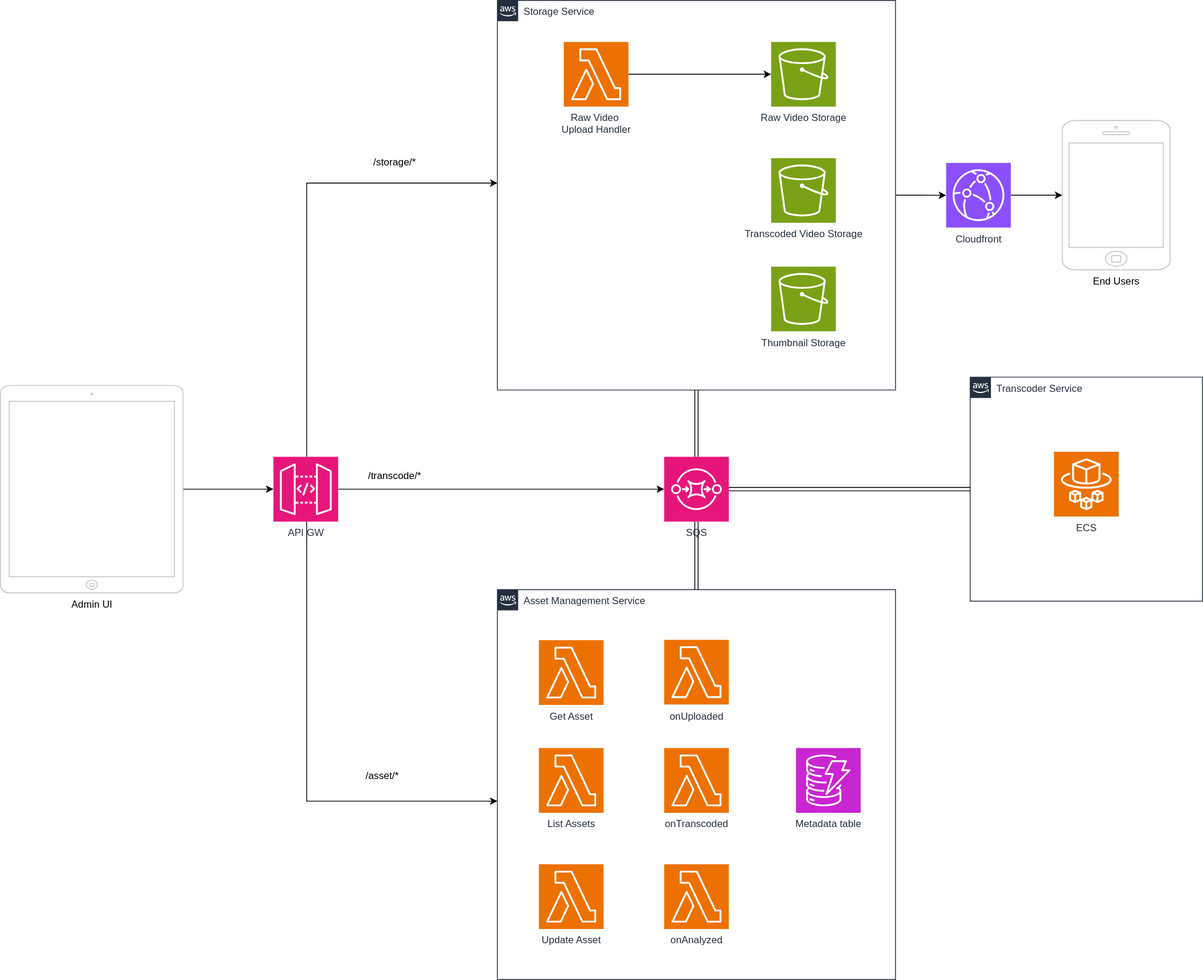
Above: docs/hobby-streamer.drawio.svg in serdarburakguneri/hobby-streamer (draw.io), before the change. Source tidied: cells renumbered, new cells last; positions are measured from the earlier drawing's top-left corner, leaving out a move shared by most shapes.
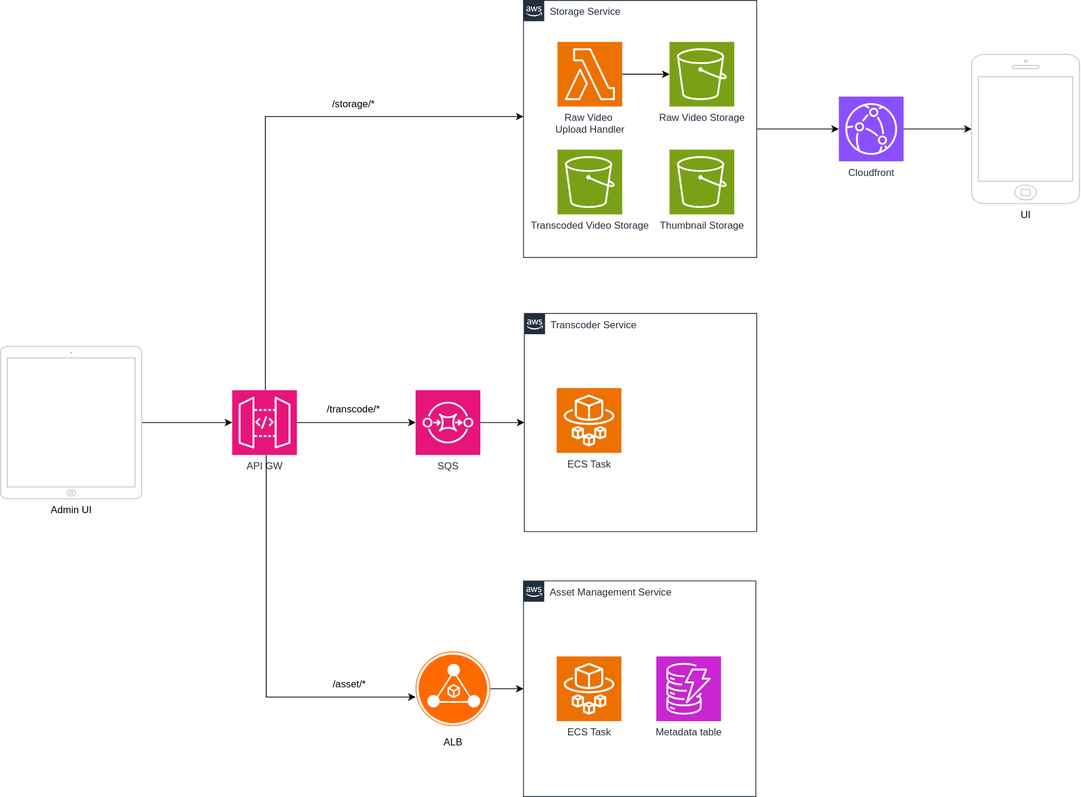
Later version of the same file.

The edit, as a diff of the source:
```diff
@@ -6,42 +6,33 @@
       <mxGeometry relative="1" as="geometry" />
     </mxCell>
     <mxCell id="3" value="Storage Service" style="points=[[0,0],[0.25,0],[0.5,0],[0.75,0],[1,0],[1,0.25],[1,0.5],[1,0.75],[1,1],[0.75,1],[0.5,1],[0.25,1],[0,1],[0,0.75],[0,0.5],[0,0.25]];outlineConnect=0;gradientColor=none;html=1;whiteSpace=wrap;fontSize=12;fontStyle=0;shape=mxgraph.aws4.group;grIcon=mxgraph.aws4.group_aws_cloud_alt;strokeColor=#232F3E;fillColor=none;verticalAlign=top;align=left;spacingLeft=30;fontColor=#232F3E;dashed=0;labelBackgroundColor=#ffffff;" parent="1" vertex="1">
-      <mxGeometry x="599" width="480" height="469.5" as="geometry" />
+      <mxGeometry x="680" y="80" width="281" height="310" as="geometry" />
     </mxCell>
     <mxCell id="4" value="Raw Video Storage" style="sketch=0;points=[[0,0,0],[0.25,0,0],[0.5,0,0],[0.75,0,0],[1,0,0],[0,1,0],[0.25,1,0],[0.5,1,0],[0.75,1,0],[1,1,0],[0,0.25,0],[0,0.5,0],[0,0.75,0],[1,0.25,0],[1,0.5,0],[1,0.75,0]];outlineConnect=0;fontColor=#232F3E;fillColor=#7AA116;strokeColor=#ffffff;dashed=0;verticalLabelPosition=bottom;verticalAlign=top;align=center;html=1;fontSize=12;fontStyle=0;shape=mxgraph.aws4.resourceIcon;resIcon=mxgraph.aws4.s3;" parent="3" vertex="1">
-      <mxGeometry x="330" y="50" width="78" height="78" as="geometry" />
+      <mxGeometry x="176" y="50" width="78" height="78" as="geometry" />
     </mxCell>
     <mxCell id="5" style="edgeStyle=orthogonalEdgeStyle;rounded=0;jettySize=auto;html=1;" parent="3" edge="1" source="6" target="4">
       <mxGeometry relative="1" as="geometry" />
     </mxCell>
     <mxCell id="6" value="Raw Video&amp;nbsp;&lt;div&gt;Upload Handler&lt;/div&gt;" style="sketch=0;points=[[0,0,0],[0.25,0,0],[0.5,0,0],[0.75,0,0],[1,0,0],[0,1,0],[0.25,1,0],[0.5,1,0],[0.75,1,0],[1,1,0],[0,0.25,0],[0,0.5,0],[0,0.75,0],[1,0.25,0],[1,0.5,0],[1,0.75,0]];outlineConnect=0;fontColor=#232F3E;fillColor=#ED7100;strokeColor=#ffffff;dashed=0;verticalLabelPosition=bottom;verticalAlign=top;align=center;html=1;fontSize=12;fontStyle=0;shape=mxgraph.aws4.resourceIcon;resIcon=mxgraph.aws4.lambda;" parent="3" vertex="1">
-      <mxGeometry x="80" y="50" width="78" height="78" as="geometry" />
+      <mxGeometry x="41" y="50" width="78" height="78" as="geometry" />
     </mxCell>
     <mxCell id="7" value="Transcoded Video Storage" style="sketch=0;fontColor=#232F3E;fillColor=#7AA116;strokeColor=#ffffff;dashed=0;verticalLabelPosition=bottom;verticalAlign=top;align=center;html=1;fontSize=12;fontStyle=0;shape=mxgraph.aws4.resourceIcon;resIcon=mxgraph.aws4.s3;" parent="3" vertex="1">
-      <mxGeometry x="330" y="190" width="78" height="78" as="geometry" />
+      <mxGeometry x="41" y="180" width="78" height="78" as="geometry" />
     </mxCell>
     <mxCell id="8" value="Thumbnail Storage" style="sketch=0;fontColor=#232F3E;fillColor=#7AA116;strokeColor=#ffffff;dashed=0;verticalLabelPosition=bottom;verticalAlign=top;align=center;html=1;fontSize=12;fontStyle=0;shape=mxgraph.aws4.resourceIcon;resIcon=mxgraph.aws4.s3;" parent="3" vertex="1">
-      <mxGeometry x="330" y="320.8" width="78" height="78" as="geometry" />
+      <mxGeometry x="176" y="180" width="78" height="78" as="geometry" />
     </mxCell>
     <mxCell id="9" value="Transcoder Service" style="points=[[0,0],[0.25,0],[0.5,0],[0.75,0],[1,0],[1,0.25],[1,0.5],[1,0.75],[1,1],[0.75,1],[0.5,1],[0.25,1],[0,1],[0,0.75],[0,0.5],[0,0.25]];outlineConnect=0;gradientColor=none;html=1;whiteSpace=wrap;fontSize=12;fontStyle=0;shape=mxgraph.aws4.group;grIcon=mxgraph.aws4.group_aws_cloud_alt;strokeColor=#232F3E;fillColor=none;verticalAlign=top;align=left;spacingLeft=30;fontColor=#232F3E;dashed=0;labelBackgroundColor=#ffffff;" parent="1" vertex="1">
-      <mxGeometry x="1169" y="454" width="280" height="270" as="geometry" />
+      <mxGeometry x="681" y="457.5" width="280" height="263" as="geometry" />
     </mxCell>
-    <mxCell id="10" value="ECS" style="sketch=0;fontColor=#232F3E;fillColor=#ED7100;strokeColor=#ffffff;dashed=0;verticalLabelPosition=bottom;verticalAlign=top;align=center;html=1;fontSize=12;fontStyle=0;shape=mxgraph.aws4.resourceIcon;resIcon=mxgraph.aws4.fargate;" parent="9" vertex="1">
-      <mxGeometry x="101" y="90" width="78" height="78" as="geometry" />
+    <mxCell id="10" value="ECS Task" style="sketch=0;fontColor=#232F3E;fillColor=#ED7100;strokeColor=#ffffff;dashed=0;verticalLabelPosition=bottom;verticalAlign=top;align=center;html=1;fontSize=12;fontStyle=0;shape=mxgraph.aws4.resourceIcon;resIcon=mxgraph.aws4.fargate;" parent="9" vertex="1">
+      <mxGeometry x="39" y="90" width="78" height="78" as="geometry" />
     </mxCell>
-    <mxCell id="11" style="edgeStyle=orthogonalEdgeStyle;rounded=0;jettySize=auto;html=1;" parent="1" edge="1" source="14" target="15">
-      <mxGeometry relative="1" as="geometry">
-        <Array as="points">
-          <mxPoint x="369" y="965" />
-        </Array>
-      </mxGeometry>
-    </mxCell>
-    <mxCell id="12" style="edgeStyle=orthogonalEdgeStyle;rounded=0;jettySize=auto;html=1;" parent="1" edge="1" source="14">
+    <mxCell id="12" style="edgeStyle=orthogonalEdgeStyle;rounded=0;jettySize=auto;html=1;" parent="1" edge="1" source="14" target="3">
       <mxGeometry relative="1" as="geometry">
-        <mxPoint x="600" y="220" as="targetPoint" />
         <Array as="points">
           <mxPoint x="369" y="220" />
-          <mxPoint x="599" y="220" />
         </Array>
       </mxGeometry>
     </mxCell>
@@ -52,47 +43,26 @@
       <mxGeometry x="329" y="550" width="78" height="78" as="geometry" />
     </mxCell>
     <mxCell id="15" value="Asset Management Service" style="points=[[0,0],[0.25,0],[0.5,0],[0.75,0],[1,0],[1,0.25],[1,0.5],[1,0.75],[1,1],[0.75,1],[0.5,1],[0.25,1],[0,1],[0,0.75],[0,0.5],[0,0.25]];outlineConnect=0;gradientColor=none;html=1;whiteSpace=wrap;fontSize=12;fontStyle=0;shape=mxgraph.aws4.group;grIcon=mxgraph.aws4.group_aws_cloud_alt;strokeColor=#232F3E;fillColor=none;verticalAlign=top;align=left;spacingLeft=30;fontColor=#232F3E;dashed=0;labelBackgroundColor=#ffffff;" parent="1" vertex="1">
-      <mxGeometry x="599" y="710" width="480" height="470" as="geometry" />
+      <mxGeometry x="680" y="780" width="280" height="260" as="geometry" />
     </mxCell>
-    <mxCell id="16" value="Get Asset&lt;div&gt;&lt;br&gt;&lt;/div&gt;" style="sketch=0;fontColor=#232F3E;fillColor=#ED7100;strokeColor=#ffffff;dashed=0;verticalLabelPosition=bottom;verticalAlign=top;align=center;html=1;fontSize=12;fontStyle=0;shape=mxgraph.aws4.resourceIcon;resIcon=mxgraph.aws4.lambda;" parent="15" vertex="1">
-      <mxGeometry x="50" y="61" width="78" height="78" as="geometry" />
-    </mxCell>
-    <mxCell id="17" value="&lt;div&gt;List Assets&lt;/div&gt;" style="sketch=0;fontColor=#232F3E;fillColor=#ED7100;strokeColor=#ffffff;dashed=0;verticalLabelPosition=bottom;verticalAlign=top;align=center;html=1;fontSize=12;fontStyle=0;shape=mxgraph.aws4.resourceIcon;resIcon=mxgraph.aws4.lambda;" parent="15" vertex="1">
-      <mxGeometry x="50" y="191" width="78" height="78" as="geometry" />
-    </mxCell>
-    <mxCell id="18" value="Update Asset" style="sketch=0;fontColor=#232F3E;fillColor=#ED7100;strokeColor=#ffffff;dashed=0;verticalLabelPosition=bottom;verticalAlign=top;align=center;html=1;fontSize=12;fontStyle=0;shape=mxgraph.aws4.resourceIcon;resIcon=mxgraph.aws4.lambda;" parent="15" vertex="1">
-      <mxGeometry x="50" y="331" width="78" height="78" as="geometry" />
-    </mxCell>
-    <mxCell id="19" value="onUploaded" style="sketch=0;fontColor=#232F3E;fillColor=#ED7100;strokeColor=#ffffff;dashed=0;verticalLabelPosition=bottom;verticalAlign=top;align=center;html=1;fontSize=12;fontStyle=0;shape=mxgraph.aws4.resourceIcon;resIcon=mxgraph.aws4.lambda;" parent="15" vertex="1">
-      <mxGeometry x="201" y="60.5" width="78" height="78" as="geometry" />
-    </mxCell>
-    <mxCell id="20" value="onAnalyzed" style="sketch=0;fontColor=#232F3E;fillColor=#ED7100;strokeColor=#ffffff;dashed=0;verticalLabelPosition=bottom;verticalAlign=top;align=center;html=1;fontSize=12;fontStyle=0;shape=mxgraph.aws4.resourceIcon;resIcon=mxgraph.aws4.lambda;" parent="15" vertex="1">
-      <mxGeometry x="201" y="331" width="78" height="78" as="geometry" />
-    </mxCell>
     <mxCell id="21" value="Metadata table" style="sketch=0;fontColor=#232F3E;fillColor=#C925D1;strokeColor=#ffffff;dashed=0;verticalLabelPosition=bottom;verticalAlign=top;align=center;html=1;fontSize=12;fontStyle=0;shape=mxgraph.aws4.resourceIcon;resIcon=mxgraph.aws4.dynamodb;" parent="15" vertex="1">
-      <mxGeometry x="360" y="191" width="78" height="78" as="geometry" />
+      <mxGeometry x="160" y="91" width="78" height="78" as="geometry" />
     </mxCell>
-    <mxCell id="22" value="onTranscoded" style="sketch=0;fontColor=#232F3E;fillColor=#ED7100;strokeColor=#ffffff;dashed=0;verticalLabelPosition=bottom;verticalAlign=top;align=center;html=1;fontSize=12;fontStyle=0;shape=mxgraph.aws4.resourceIcon;resIcon=mxgraph.aws4.lambda;" parent="15" vertex="1">
-      <mxGeometry x="201" y="191" width="78" height="78" as="geometry" />
-    </mxCell>
-    <mxCell id="23" style="edgeStyle=orthogonalEdgeStyle;rounded=0;jettySize=auto;html=1;exitX=0.5;exitY=1;exitDx=0;exitDy=0;exitPerimeter=0;entryX=0.5;entryY=0;entryDx=0;entryDy=0;shape=link;" parent="1" edge="1" source="25" target="15">
-      <mxGeometry relative="1" as="geometry" />
-    </mxCell>
+    <mxCell id="35" value="ECS Task&lt;div&gt;&lt;br&gt;&lt;/div&gt;" style="sketch=0;fontColor=#232F3E;fillColor=#ED7100;strokeColor=#ffffff;dashed=0;verticalLabelPosition=bottom;verticalAlign=top;align=center;html=1;fontSize=12;fontStyle=0;shape=mxgraph.aws4.resourceIcon;resIcon=mxgraph.aws4.fargate;" parent="15" vertex="1">
+      <mxGeometry x="40" y="91" width="78" height="78" as="geometry" />
+    </mxCell>
-    <mxCell id="24" style="edgeStyle=orthogonalEdgeStyle;rounded=0;jettySize=auto;html=1;exitX=1;exitY=0.5;exitDx=0;exitDy=0;exitPerimeter=0;entryX=0;entryY=0.5;entryDx=0;entryDy=0;shape=link;" parent="1" edge="1" source="25" target="9">
+    <mxCell id="24" style="edgeStyle=orthogonalEdgeStyle;rounded=0;jettySize=auto;html=1;" parent="1" edge="1" source="25" target="9">
       <mxGeometry relative="1" as="geometry" />
     </mxCell>
     <mxCell id="25" value="SQS&lt;div&gt;&lt;br&gt;&lt;/div&gt;" style="sketch=0;points=[[0,0,0],[0.25,0,0],[0.5,0,0],[0.75,0,0],[1,0,0],[0,1,0],[0.25,1,0],[0.5,1,0],[0.75,1,0],[1,1,0],[0,0.25,0],[0,0.5,0],[0,0.75,0],[1,0.25,0],[1,0.5,0],[1,0.75,0]];outlineConnect=0;fontColor=#232F3E;fillColor=#E7157B;strokeColor=#ffffff;dashed=0;verticalLabelPosition=bottom;verticalAlign=top;align=center;html=1;fontSize=12;fontStyle=0;shape=mxgraph.aws4.resourceIcon;resIcon=mxgraph.aws4.sqs;" parent="1" vertex="1">
-      <mxGeometry x="800" y="550" width="78" height="78" as="geometry" />
+      <mxGeometry x="550" y="550" width="78" height="78" as="geometry" />
     </mxCell>
     <mxCell id="26" value="/asset/*" style="text;html=1;align=center;verticalAlign=middle;strokeColor=none;fillColor=none;" parent="1" vertex="1">
-      <mxGeometry x="430" y="920" width="60" height="30" as="geometry" />
+      <mxGeometry x="440" y="890" width="60" height="30" as="geometry" />
     </mxCell>
     <mxCell id="27" value="/storage/*" style="text;html=1;align=center;verticalAlign=middle;strokeColor=none;fillColor=none;" parent="1" vertex="1">
-      <mxGeometry x="440" y="180" width="70" height="30" as="geometry" />
+      <mxGeometry x="440" y="190" width="70" height="30" as="geometry" />
     </mxCell>
-    <mxCell id="28" style="edgeStyle=orthogonalEdgeStyle;rounded=0;jettySize=auto;html=1;exitX=0.5;exitY=1;exitDx=0;exitDy=0;entryX=0.5;entryY=0;entryDx=0;entryDy=0;entryPerimeter=0;shape=link;" parent="1" edge="1" source="3" target="25">
-      <mxGeometry relative="1" as="geometry" />
-    </mxCell>
     <mxCell id="29" value="/transcode/*" style="text;html=1;align=center;verticalAlign=middle;strokeColor=none;fillColor=none;" parent="1" vertex="1">
       <mxGeometry x="430" y="558" width="90" height="30" as="geometry" />
     </mxCell>
@@ -100,16 +70,32 @@
       <mxGeometry relative="1" as="geometry" />
     </mxCell>
     <mxCell id="31" value="Cloudfront" style="sketch=0;points=[[0,0,0],[0.25,0,0],[0.5,0,0],[0.75,0,0],[1,0,0],[0,1,0],[0.25,1,0],[0.5,1,0],[0.75,1,0],[1,1,0],[0,0.25,0],[0,0.5,0],[0,0.75,0],[1,0.25,0],[1,0.5,0],[1,0.75,0]];outlineConnect=0;fontColor=#232F3E;fillColor=#8C4FFF;strokeColor=#ffffff;dashed=0;verticalLabelPosition=bottom;verticalAlign=top;align=center;html=1;fontSize=12;fontStyle=0;shape=mxgraph.aws4.resourceIcon;resIcon=mxgraph.aws4.cloudfront;" parent="1" vertex="1">
-      <mxGeometry x="1140" y="195.8" width="78" height="78" as="geometry" />
+      <mxGeometry x="1060" y="196" width="78" height="78" as="geometry" />
     </mxCell>
-    <mxCell id="32" value="End Users" style="html=1;verticalLabelPosition=bottom;labelBackgroundColor=#ffffff;verticalAlign=top;shadow=0;dashed=0;strokeWidth=1;shape=mxgraph.ios7.misc.iphone;strokeColor=#c0c0c0;" parent="1" vertex="1">
-      <mxGeometry x="1280" y="144.8" width="130" height="180" as="geometry" />
+    <mxCell id="32" value="UI" style="html=1;verticalLabelPosition=bottom;labelBackgroundColor=#ffffff;verticalAlign=top;shadow=0;dashed=0;strokeWidth=1;shape=mxgraph.ios7.misc.iphone;strokeColor=#c0c0c0;" parent="1" vertex="1">
+      <mxGeometry x="1220" y="145" width="130" height="180" as="geometry" />
     </mxCell>
     <mxCell id="33" style="edgeStyle=orthogonalEdgeStyle;rounded=0;jettySize=auto;html=1;" parent="1" edge="1" source="34" target="14">
       <mxGeometry relative="1" as="geometry" />
     </mxCell>
     <mxCell id="34" value="Admin UI" style="html=1;verticalLabelPosition=bottom;labelBackgroundColor=#ffffff;verticalAlign=top;shadow=0;dashed=0;strokeWidth=1;shape=mxgraph.ios7.misc.ipad10inch;strokeColor=#c0c0c0;" parent="1" vertex="1">
-      <mxGeometry y="464" width="220" height="250" as="geometry" />
+      <mxGeometry x="50" y="497" width="170" height="184" as="geometry" />
     </mxCell>
+    <mxCell id="36" style="edgeStyle=orthogonalEdgeStyle;rounded=0;jettySize=auto;html=1;" parent="1" edge="1" source="37" target="15">
+      <mxGeometry relative="1" as="geometry" />
+    </mxCell>
+    <mxCell id="37" style="points=[];html=1;align=center;shadow=0;dashed=0;fillColor=#FF6A00;strokeColor=none;shape=mxgraph.alibaba_cloud.alb_application_load_balancer_02;" parent="1" vertex="1">
+      <mxGeometry x="550" y="865" width="90" height="90" as="geometry" />
+    </mxCell>
+    <mxCell id="38" value="ALB" style="text;html=1;align=center;verticalAlign=middle;strokeColor=none;fillColor=none;" parent="1" vertex="1">
+      <mxGeometry x="570" y="960" width="50" height="30" as="geometry" />
+    </mxCell>
+    <mxCell id="39" style="edgeStyle=orthogonalEdgeStyle;rounded=0;jettySize=auto;html=1;entryX=0;entryY=0.611;entryDx=0;entryDy=0;entryPerimeter=0;" parent="1" edge="1" source="14" target="37">
+      <mxGeometry relative="1" as="geometry">
+        <Array as="points">
+          <mxPoint x="370" y="920" />
+        </Array>
+      </mxGeometry>
+    </mxCell>
   </root>
 </mxGraphModel>
```
